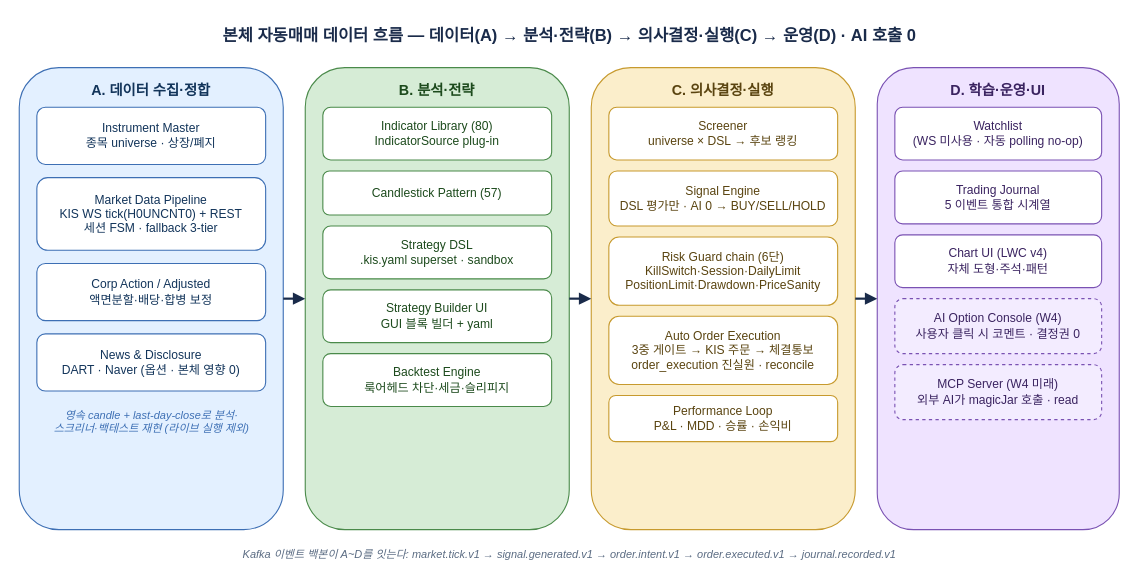
Before: docs/architecture/diagrams/onboarding-data-flow.drawio in sp-daewoon/magicJar, a draw.io diagram. Source tidied: cells renumbered, new cells numbered last; positions are measured from the earlier drawing's top-left corner, leaving out a move shared by most shapes. Both pictures are drawn from the tidied source at 110%, with x=0, y=0 at pixel (19, 19).
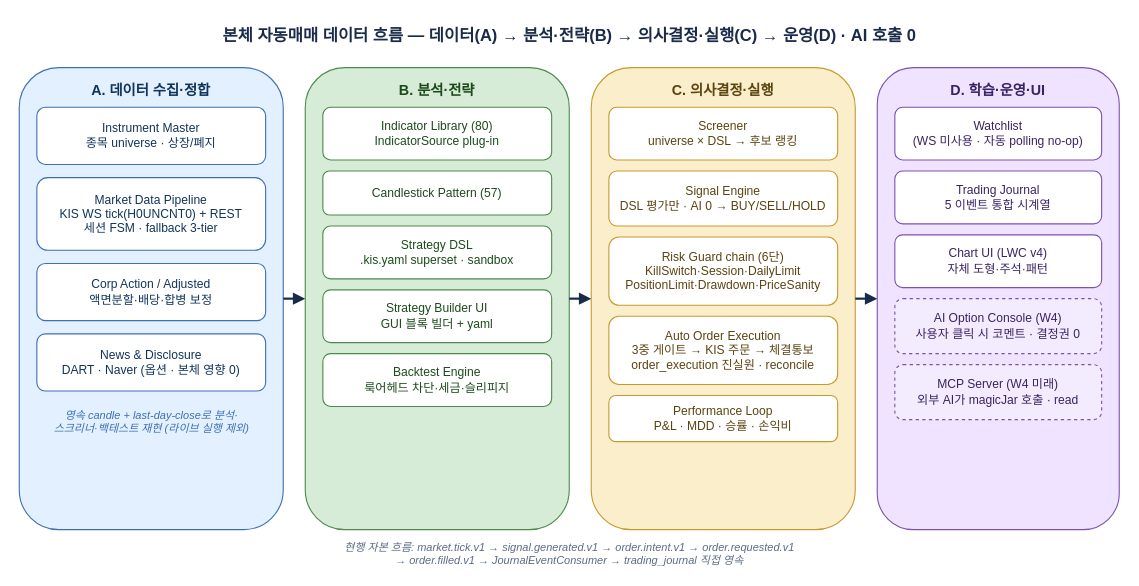
The same diagram, later.

Commit message (it also covers changes not shown here):
docs: align onboarding with executable truth

Diff of the diagram source:
```diff
@@
-    <mxCell id="30" value="Kafka 이벤트 백본이 A~D를 잇는다: market.tick.v1 → signal.generated.v1 → order.intent.v1 → order.executed.v1 → journal.recorded.v1" style="text;html=1;fontSize=10;fontStyle=2;align=center;fillColor=none;fontColor=#5a6b82;" parent="1" vertex="1">
-      <mxGeometry y="474" width="1000" height="24" as="geometry" />
+    <mxCell id="30" value="현행 자본 흐름: market.tick.v1 → signal.generated.v1 → order.intent.v1 → order.requested.v1&#10;→ order.filled.v1 → JournalEventConsumer → trading_journal 직접 영속" style="text;html=1;fontSize=10;fontStyle=2;align=center;fillColor=none;fontColor=#5a6b82;" parent="1" vertex="1">
+      <mxGeometry y="468" width="1000" height="30" as="geometry" />
     </mxCell>
```
